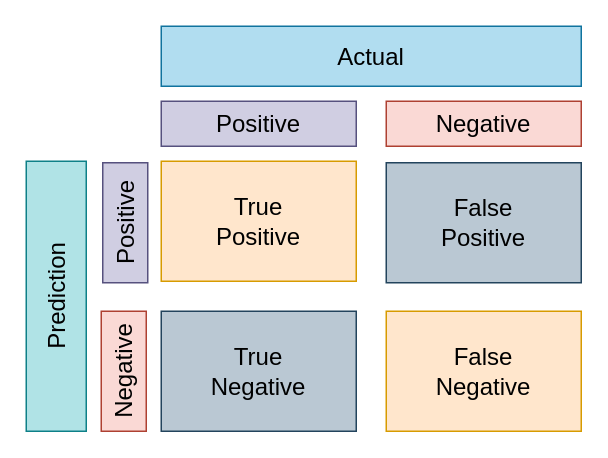
This is confusion_matrics.drawio from puresummersky/ML_web, a draw.io file, before an edit. Source tidied: cells renumbered, new cells numbered last; positions are measured from the earlier drawing's top-left corner, leaving out a move shared by most shapes. Both pictures are drawn from the tidied source at 150%, with x=0, y=0 at pixel (-80, 26).
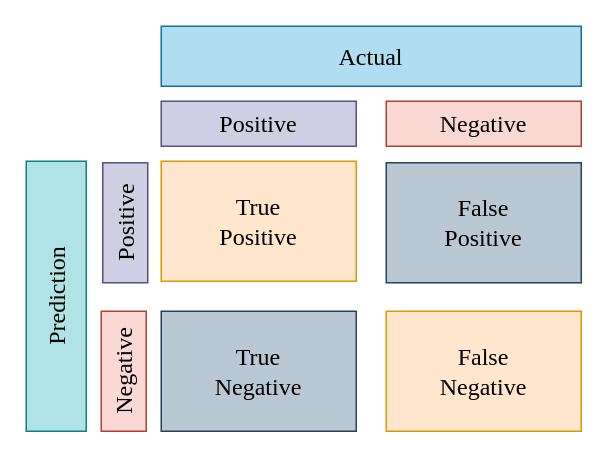
After the change.

Commit message:
times and roman

Diff of the diagram source:
```diff
@@
 <mxGraphModel>
   <root>
     <mxCell id="0" />
     <mxCell id="1" parent="0" />
-    <mxCell id="2" value="&lt;font style=&quot;font-size: 16px;&quot;&gt;Actual&lt;/font&gt;" style="rounded=0;whiteSpace=wrap;html=1;fontSize=16;fillColor=#b1ddf0;strokeColor=#10739e;" parent="1" vertex="1">
+    <mxCell id="2" value="&lt;font style=&quot;font-size: 16px;&quot;&gt;Actual&lt;/font&gt;" style="rounded=0;whiteSpace=wrap;html=1;fontSize=16;fillColor=#b1ddf0;strokeColor=#10739e;fontFamily=Times New Roman;" parent="1" vertex="1">
       <mxGeometry x="160" width="280" height="40" as="geometry" />
     </mxCell>
-    <mxCell id="3" value="&lt;font style=&quot;font-size: 16px;&quot;&gt;Prediction&lt;/font&gt;" style="rounded=0;whiteSpace=wrap;html=1;rotation=-90;fontSize=16;fillColor=#b0e3e6;strokeColor=#0e8088;" parent="1" vertex="1">
+    <mxCell id="3" value="&lt;font style=&quot;font-size: 16px;&quot;&gt;Prediction&lt;/font&gt;" style="rounded=0;whiteSpace=wrap;html=1;rotation=-90;fontSize=16;fillColor=#b0e3e6;strokeColor=#0e8088;fontFamily=Times New Roman;" parent="1" vertex="1">
       <mxGeometry y="160" width="180" height="40" as="geometry" />
     </mxCell>
-    <mxCell id="4" value="&lt;font style=&quot;font-size: 16px;&quot;&gt;Positive&lt;/font&gt;" style="rounded=0;whiteSpace=wrap;html=1;fontSize=16;fillColor=#d0cee2;strokeColor=#56517e;" parent="1" vertex="1">
+    <mxCell id="4" value="&lt;font style=&quot;font-size: 16px;&quot;&gt;Positive&lt;/font&gt;" style="rounded=0;whiteSpace=wrap;html=1;fontSize=16;fillColor=#d0cee2;strokeColor=#56517e;fontFamily=Times New Roman;" parent="1" vertex="1">
       <mxGeometry x="160" y="50" width="130" height="30" as="geometry" />
     </mxCell>
-    <mxCell id="5" value="&lt;font style=&quot;font-size: 16px;&quot;&gt;Negative&lt;/font&gt;" style="rounded=0;whiteSpace=wrap;html=1;fontSize=16;fillColor=#fad9d5;strokeColor=#ae4132;" parent="1" vertex="1">
+    <mxCell id="5" value="&lt;font style=&quot;font-size: 16px;&quot;&gt;Negative&lt;/font&gt;" style="rounded=0;whiteSpace=wrap;html=1;fontSize=16;fillColor=#fad9d5;strokeColor=#ae4132;fontFamily=Times New Roman;" parent="1" vertex="1">
       <mxGeometry x="310" y="50" width="130" height="30" as="geometry" />
     </mxCell>
-    <mxCell id="6" value="&lt;font style=&quot;font-size: 16px;&quot;&gt;Positive&lt;/font&gt;" style="rounded=0;whiteSpace=wrap;html=1;fontSize=16;rotation=-90;fillColor=#d0cee2;strokeColor=#56517e;" parent="1" vertex="1">
+    <mxCell id="6" value="&lt;font style=&quot;font-size: 16px;&quot;&gt;Positive&lt;/font&gt;" style="rounded=0;whiteSpace=wrap;html=1;fontSize=16;rotation=-90;fillColor=#d0cee2;strokeColor=#56517e;fontFamily=Times New Roman;" parent="1" vertex="1">
       <mxGeometry x="96" y="116" width="80" height="30" as="geometry" />
     </mxCell>
-    <mxCell id="7" value="&lt;font style=&quot;font-size: 16px;&quot;&gt;Negative&lt;/font&gt;" style="rounded=0;whiteSpace=wrap;html=1;fontSize=16;rotation=-90;fillColor=#fad9d5;strokeColor=#ae4132;" parent="1" vertex="1">
+    <mxCell id="7" value="&lt;font style=&quot;font-size: 16px;&quot;&gt;Negative&lt;/font&gt;" style="rounded=0;whiteSpace=wrap;html=1;fontSize=16;rotation=-90;fillColor=#fad9d5;strokeColor=#ae4132;fontFamily=Times New Roman;" parent="1" vertex="1">
       <mxGeometry x="95" y="215" width="80" height="30" as="geometry" />
     </mxCell>
-    <mxCell id="8" value="&lt;div style=&quot;font-size: 16px;&quot;&gt;&lt;font style=&quot;font-size: 16px;&quot;&gt;True&lt;/font&gt;&lt;/div&gt;&lt;div style=&quot;font-size: 16px;&quot;&gt;&lt;font style=&quot;font-size: 16px;&quot;&gt;Positive&lt;br style=&quot;font-size: 16px;&quot;&gt;&lt;/font&gt;&lt;/div&gt;" style="rounded=0;whiteSpace=wrap;html=1;fontSize=16;fillColor=#ffe6cc;strokeColor=#d79b00;" parent="1" vertex="1">
+    <mxCell id="8" value="&lt;div style=&quot;font-size: 16px;&quot;&gt;&lt;font style=&quot;font-size: 16px;&quot;&gt;True&lt;/font&gt;&lt;/div&gt;&lt;div style=&quot;font-size: 16px;&quot;&gt;&lt;font style=&quot;font-size: 16px;&quot;&gt;Positive&lt;br style=&quot;font-size: 16px;&quot;&gt;&lt;/font&gt;&lt;/div&gt;" style="rounded=0;whiteSpace=wrap;html=1;fontSize=16;fillColor=#ffe6cc;strokeColor=#d79b00;fontFamily=Times New Roman;" parent="1" vertex="1">
       <mxGeometry x="160" y="90" width="130" height="80" as="geometry" />
     </mxCell>
-    <mxCell id="9" value="False&lt;br style=&quot;font-size: 16px;&quot;&gt;&lt;div style=&quot;font-size: 16px;&quot;&gt;&lt;font style=&quot;font-size: 16px;&quot;&gt;Positive&lt;br style=&quot;font-size: 16px;&quot;&gt;&lt;/font&gt;&lt;/div&gt;" style="rounded=0;whiteSpace=wrap;html=1;fontSize=16;fillColor=#bac8d3;strokeColor=#23445d;" parent="1" vertex="1">
+    <mxCell id="9" value="False&lt;br style=&quot;font-size: 16px;&quot;&gt;&lt;div style=&quot;font-size: 16px;&quot;&gt;&lt;font style=&quot;font-size: 16px;&quot;&gt;Positive&lt;br style=&quot;font-size: 16px;&quot;&gt;&lt;/font&gt;&lt;/div&gt;" style="rounded=0;whiteSpace=wrap;html=1;fontSize=16;fillColor=#bac8d3;strokeColor=#23445d;fontFamily=Times New Roman;" parent="1" vertex="1">
       <mxGeometry x="310" y="91" width="130" height="80" as="geometry" />
     </mxCell>
-    <mxCell id="10" value="&lt;div style=&quot;font-size: 16px;&quot;&gt;&lt;font style=&quot;font-size: 16px;&quot;&gt;True&lt;/font&gt;&lt;/div&gt;Negative" style="rounded=0;whiteSpace=wrap;html=1;fontSize=16;fillColor=#bac8d3;strokeColor=#23445d;" parent="1" vertex="1">
+    <mxCell id="10" value="&lt;div style=&quot;font-size: 16px;&quot;&gt;&lt;font style=&quot;font-size: 16px;&quot;&gt;True&lt;/font&gt;&lt;/div&gt;Negative" style="rounded=0;whiteSpace=wrap;html=1;fontSize=16;fillColor=#bac8d3;strokeColor=#23445d;fontFamily=Times New Roman;" parent="1" vertex="1">
       <mxGeometry x="160" y="190" width="130" height="80" as="geometry" />
     </mxCell>
-    <mxCell id="11" value="&lt;div style=&quot;font-size: 16px;&quot;&gt;&lt;font style=&quot;font-size: 16px;&quot;&gt;False&lt;/font&gt;&lt;/div&gt;Negative" style="rounded=0;whiteSpace=wrap;html=1;fontSize=16;fillColor=#ffe6cc;strokeColor=#d79b00;" parent="1" vertex="1">
+    <mxCell id="11" value="&lt;div style=&quot;font-size: 16px;&quot;&gt;&lt;font style=&quot;font-size: 16px;&quot;&gt;False&lt;/font&gt;&lt;/div&gt;Negative" style="rounded=0;whiteSpace=wrap;html=1;fontSize=16;fillColor=#ffe6cc;strokeColor=#d79b00;fontFamily=Times New Roman;" parent="1" vertex="1">
       <mxGeometry x="310" y="190" width="130" height="80" as="geometry" />
     </mxCell>
   </root>
 </mxGraphModel>
```
